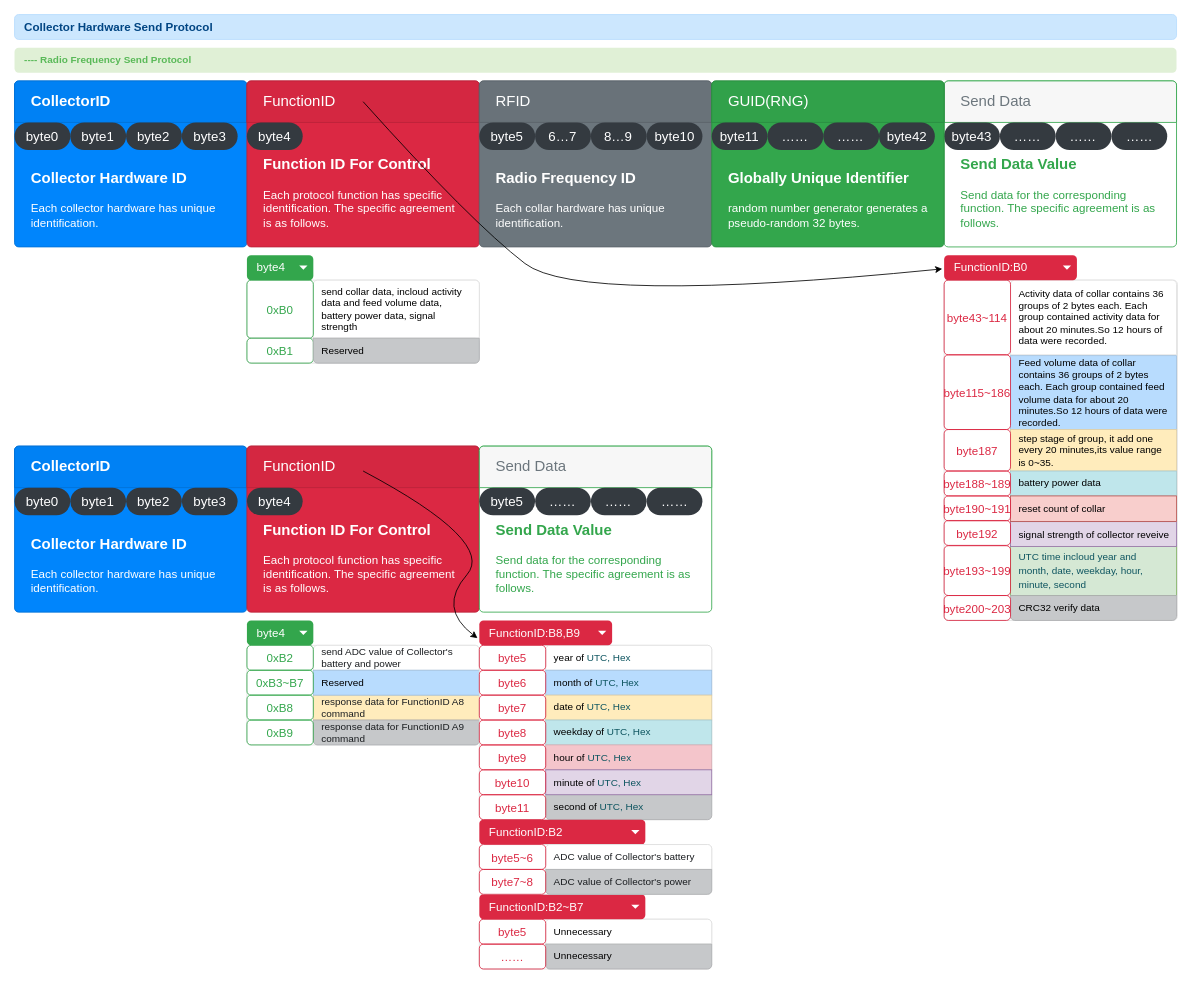
This is page "Collector Hardware Send Protocol" (2 of 5) of Doc/Hardware Protocol.drawio from phoenix9668/Collector, a draw.io file, before an edit. Source tidied: cells renumbered, new cells numbered last; positions are measured from the earlier drawing's top-left corner, leaving out a move shared by most shapes. Both pictures are drawn from the tidied source at 83%, with x=0, y=0 at pixel (14, 14).
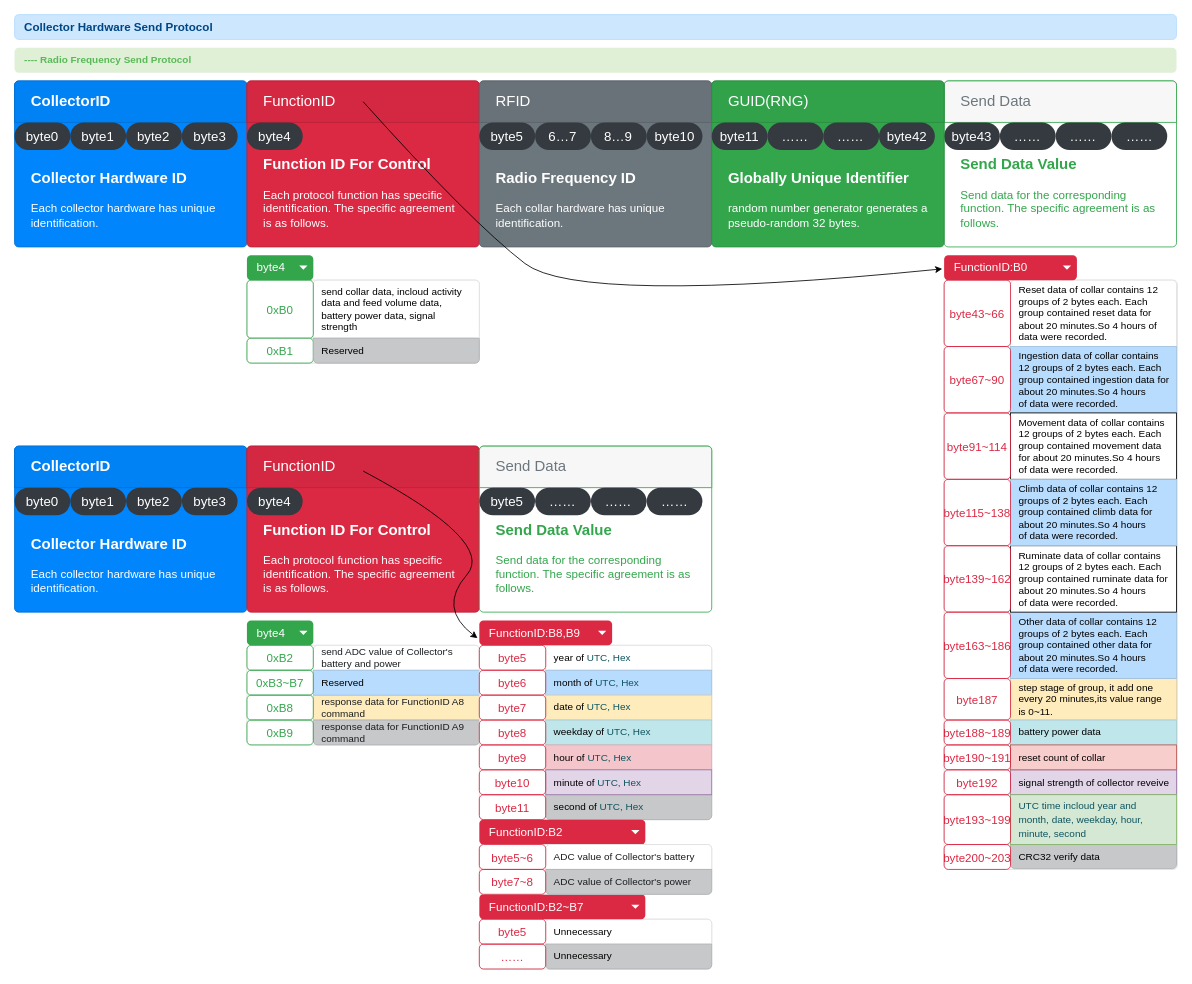
After the change.

What changed in the source:
```diff
@@
     <mxCell id="40" style="html=1;shadow=0;dashed=0;shape=mxgraph.bootstrap.rrect;rSize=5;strokeColor=#DFDFDF;html=1;whiteSpace=wrap;fillColor=#FFFFFF;fontColor=#000000;" parent="1" vertex="1">
-      <mxGeometry x="1120" y="320" width="281" height="410" as="geometry" />
+      <mxGeometry x="1120" y="320" width="281" height="710" as="geometry" />
     </mxCell>
-    <mxCell id="41" value="&lt;span style=&quot;color: rgb(14 , 85 , 96) ; font-size: 12px&quot;&gt;UTC time incloud year and month, date, weekday, hour, minute, second&lt;/span&gt;" style="html=1;fillColor=#d5e8d4;strokeColor=#82b366;shadow=0;dashed=0;perimeter=none;whiteSpace=wrap;align=left;spacing=10;fontSize=14;" parent="40" vertex="1">
-      <mxGeometry x="80" y="320" width="200" height="60" as="geometry" />
-    </mxCell>
-    <mxCell id="42" value="Activity data&amp;nbsp;of collar contains 36 groups of 2 bytes each.&amp;nbsp;Each group contained activity data for about 20 minutes.So 12 hours of&amp;nbsp; data were recorded." style="strokeColor=inherit;fillColor=inherit;gradientColor=inherit;fontColor=inherit;html=1;shadow=0;dashed=0;shape=mxgraph.bootstrap.topButton;rSize=5;perimeter=none;whiteSpace=wrap;align=left;spacing=10;" parent="40" vertex="1">
-      <mxGeometry width="200" height="90" relative="1" as="geometry">
+    <mxCell id="42" value="Reset data&amp;nbsp;of collar contains 12 groups of 2 bytes each.&amp;nbsp;Each group contained reset data for about 20 minutes.So 4 hours of&amp;nbsp; data were recorded." style="strokeColor=inherit;fillColor=inherit;gradientColor=inherit;fontColor=inherit;html=1;shadow=0;dashed=0;shape=mxgraph.bootstrap.topButton;rSize=5;perimeter=none;whiteSpace=wrap;align=left;spacing=10;" parent="40" vertex="1">
+      <mxGeometry width="200" height="80" relative="1" as="geometry">
         <mxPoint x="80" as="offset" />
       </mxGeometry>
     </mxCell>
-    <mxCell id="43" value="&lt;font color=&quot;#000000&quot;&gt;Feed volume&amp;nbsp;data&amp;nbsp;of collar contains 36 groups of 2 bytes each.&amp;nbsp;Each group contained&amp;nbsp;feed volume&amp;nbsp;data for about 20 minutes.So 12 hours of&amp;nbsp;data were recorded.&lt;/font&gt;" style="html=1;fillColor=#B8DCFE;strokeColor=#A1C0DE;fontColor=#004583;shadow=0;dashed=0;perimeter=none;whiteSpace=wrap;align=left;spacing=10;" parent="40" vertex="1">
-      <mxGeometry width="200" height="90" relative="1" as="geometry">
-        <mxPoint x="80" y="91" as="offset" />
+    <mxCell id="43" value="&lt;font color=&quot;#000000&quot;&gt;Ingestion data&amp;nbsp;of collar contains 12 groups of 2 bytes each.&amp;nbsp;Each group contained ingestion data for about 20 minutes.So 4 hours of&amp;nbsp;data were recorded.&lt;/font&gt;" style="html=1;fillColor=#B8DCFE;strokeColor=#A1C0DE;fontColor=#004583;shadow=0;dashed=0;perimeter=none;whiteSpace=wrap;align=left;spacing=10;" parent="40" vertex="1">
+      <mxGeometry width="200" height="80" relative="1" as="geometry">
+        <mxPoint x="80" y="80" as="offset" />
       </mxGeometry>
     </mxCell>
-    <mxCell id="44" value="&lt;font color=&quot;#000000&quot;&gt;step stage of group, it add one every 20 minutes,its value range is 0~35.&lt;/font&gt;" style="html=1;fillColor=#FFECBC;strokeColor=#DFCEA4;fontColor=#856110;shadow=0;dashed=0;perimeter=none;whiteSpace=wrap;align=left;spacing=10;" parent="40" vertex="1">
+    <mxCell id="44" value="&lt;font color=&quot;#000000&quot;&gt;step stage of group, it add one every 20 minutes,its value range is 0~11.&lt;/font&gt;" style="html=1;fillColor=#FFECBC;strokeColor=#DFCEA4;fontColor=#856110;shadow=0;dashed=0;perimeter=none;whiteSpace=wrap;align=left;spacing=10;" parent="40" vertex="1">
       <mxGeometry width="200" height="50" relative="1" as="geometry">
-        <mxPoint x="80" y="180" as="offset" />
+        <mxPoint x="80" y="480" as="offset" />
       </mxGeometry>
     </mxCell>
     <mxCell id="45" value="&lt;span style=&quot;color: rgb(0 , 0 , 0)&quot;&gt;battery power data&lt;/span&gt;" style="html=1;fillColor=#BFE6EB;strokeColor=#A7C9CE;fontColor=#0E5560;shadow=0;dashed=0;perimeter=none;whiteSpace=wrap;align=left;spacing=10;" parent="40" vertex="1">
       <mxGeometry width="200" height="30" relative="1" as="geometry">
-        <mxPoint x="80" y="230" as="offset" />
+        <mxPoint x="80" y="530" as="offset" />
       </mxGeometry>
     </mxCell>
     <mxCell id="46" value="&lt;span style=&quot;color: rgb(0 , 0 , 0)&quot;&gt;CRC32 verify data&lt;/span&gt;" style="html=1;shadow=0;dashed=0;shape=mxgraph.bootstrap.bottomButton;fillColor=#C6C8CA;strokeColor=#ADAFB1;fontColor=#1B1E21;rSize=5;perimeter=none;whiteSpace=wrap;align=left;spacing=10;" parent="40" vertex="1">
-      <mxGeometry y="1" width="200" height="30" relative="1" as="geometry">
+      <mxGeometry y="1" width="200" height="29" relative="1" as="geometry">
         <mxPoint x="80" y="-30" as="offset" />
       </mxGeometry>
     </mxCell>
+    <mxCell id="49" value="&lt;span style=&quot;color: rgb(0 , 0 , 0) ; font-size: 12px&quot;&gt;signal strength of collector reveive&lt;/span&gt;" style="html=1;fillColor=#e1d5e7;strokeColor=#9673a6;shadow=0;dashed=0;perimeter=none;whiteSpace=wrap;align=left;spacing=10;fontSize=14;" parent="40" vertex="1">
+      <mxGeometry width="200" height="30" relative="1" as="geometry">
+        <mxPoint x="80" y="590" as="offset" />
+      </mxGeometry>
+    </mxCell>
+    <mxCell id="117" value="&lt;font color=&quot;#000000&quot;&gt;Other data&amp;nbsp;of collar contains 12 groups of 2 bytes each.&amp;nbsp;Each group contained other data for about 20 minutes.So 4 hours of&amp;nbsp;data were recorded.&lt;/font&gt;" style="html=1;fillColor=#B8DCFE;strokeColor=#A1C0DE;fontColor=#004583;shadow=0;dashed=0;perimeter=none;whiteSpace=wrap;align=left;spacing=10;" parent="40" vertex="1">
+      <mxGeometry x="80" y="400" width="200" height="80" as="geometry" />
+    </mxCell>
+    <mxCell id="55" value="&lt;span style=&quot;color: rgb(0 , 0 , 0) ; font-size: 12px&quot;&gt;reset count of collar&lt;/span&gt;" style="html=1;fillColor=#f8cecc;strokeColor=#b85450;shadow=0;dashed=0;perimeter=none;whiteSpace=wrap;align=left;spacing=10;fontSize=14;" parent="40" vertex="1">
+      <mxGeometry x="80" y="560" width="200" height="30" as="geometry" />
+    </mxCell>
+    <mxCell id="118" value="&lt;font color=&quot;#000000&quot;&gt;Movement data&amp;nbsp;of collar contains 12 groups of 2 bytes each.&amp;nbsp;Each group contained movement data for about 20 minutes.So 4 hours of&amp;nbsp;data were recorded.&lt;/font&gt;" style="html=1;shadow=0;dashed=0;perimeter=none;whiteSpace=wrap;align=left;spacing=10;" parent="40" vertex="1">
+      <mxGeometry x="80" y="160" width="200" height="80" as="geometry" />
+    </mxCell>
+    <mxCell id="41" value="&lt;span style=&quot;color: rgb(14 , 85 , 96) ; font-size: 12px&quot;&gt;UTC time incloud year and month, date, weekday, hour, minute, second&lt;/span&gt;" style="html=1;fillColor=#d5e8d4;strokeColor=#82b366;shadow=0;dashed=0;perimeter=none;whiteSpace=wrap;align=left;spacing=10;fontSize=14;" parent="40" vertex="1">
+      <mxGeometry x="80" y="620" width="200" height="60" as="geometry" />
+    </mxCell>
+    <mxCell id="119" value="&lt;font color=&quot;#000000&quot;&gt;Ruminate data&amp;nbsp;of collar contains 12 groups of 2 bytes each.&amp;nbsp;Each group contained ruminate data for about 20 minutes.So 4 hours of&amp;nbsp;data were recorded.&lt;/font&gt;" style="html=1;shadow=0;dashed=0;perimeter=none;whiteSpace=wrap;align=left;spacing=10;" parent="40" vertex="1">
+      <mxGeometry x="80" y="320" width="200" height="80" as="geometry" />
+    </mxCell>
+    <mxCell id="120" value="&lt;font color=&quot;#000000&quot;&gt;Climb data&amp;nbsp;of collar contains 12 groups of 2 bytes each.&amp;nbsp;Each group contained climb data for about 20 minutes.So 4 hours of&amp;nbsp;data were recorded.&lt;/font&gt;" style="html=1;fillColor=#B8DCFE;strokeColor=#A1C0DE;fontColor=#004583;shadow=0;dashed=0;perimeter=none;whiteSpace=wrap;align=left;spacing=10;" parent="40" vertex="1">
+      <mxGeometry x="80" y="240" width="200" height="80" as="geometry" />
+    </mxCell>
-    <mxCell id="47" value="&lt;font style=&quot;font-size: 14px&quot; color=&quot;#db2843&quot;&gt;byte43~114&lt;/font&gt;" style="html=1;shadow=0;dashed=0;shape=mxgraph.bootstrap.rrect;rSize=5;strokeColor=#DB2843;strokeWidth=1;fillColor=none;fontColor=#33A64C;whiteSpace=wrap;align=center;verticalAlign=middle;spacingLeft=0;fontStyle=0;fontSize=16;spacing=5;" parent="40" vertex="1">
-      <mxGeometry width="80" height="90" as="geometry" />
+    <mxCell id="47" value="&lt;font style=&quot;font-size: 14px&quot; color=&quot;#db2843&quot;&gt;byte43~66&lt;/font&gt;" style="html=1;shadow=0;dashed=0;shape=mxgraph.bootstrap.rrect;rSize=5;strokeColor=#DB2843;strokeWidth=1;fillColor=none;fontColor=#33A64C;whiteSpace=wrap;align=center;verticalAlign=middle;spacingLeft=0;fontStyle=0;fontSize=16;spacing=5;" parent="40" vertex="1">
+      <mxGeometry width="80" height="80" as="geometry" />
     </mxCell>
     <mxCell id="48" value="&lt;span style=&quot;color: rgb(219 , 40 , 67) ; font-size: 14px&quot;&gt;byte187&lt;/span&gt;" style="html=1;shadow=0;dashed=0;shape=mxgraph.bootstrap.rrect;rSize=5;strokeColor=#DB2843;strokeWidth=1;fillColor=none;fontColor=#33A64C;whiteSpace=wrap;align=center;verticalAlign=middle;spacingLeft=0;fontStyle=0;fontSize=16;spacing=5;" parent="40" vertex="1">
-      <mxGeometry y="180" width="80" height="50" as="geometry" />
+      <mxGeometry y="480" width="80" height="50" as="geometry" />
     </mxCell>
-    <mxCell id="49" value="&lt;span style=&quot;color: rgb(0 , 0 , 0) ; font-size: 12px&quot;&gt;signal strength of collector reveive&lt;/span&gt;" style="html=1;fillColor=#e1d5e7;strokeColor=#9673a6;shadow=0;dashed=0;perimeter=none;whiteSpace=wrap;align=left;spacing=10;fontSize=14;" parent="40" vertex="1">
-      <mxGeometry width="200" height="30" relative="1" as="geometry">
-        <mxPoint x="80" y="291" as="offset" />
-      </mxGeometry>
-    </mxCell>
     <mxCell id="50" value="&lt;span style=&quot;color: rgb(219 , 40 , 67) ; font-size: 14px&quot;&gt;byte188~189&lt;/span&gt;" style="html=1;shadow=0;dashed=0;shape=mxgraph.bootstrap.rrect;rSize=5;strokeColor=#DB2843;strokeWidth=1;fillColor=none;fontColor=#33A64C;whiteSpace=wrap;align=center;verticalAlign=middle;spacingLeft=0;fontStyle=0;fontSize=16;spacing=5;" parent="40" vertex="1">
-      <mxGeometry y="230" width="80" height="30" as="geometry" />
+      <mxGeometry y="530" width="80" height="30" as="geometry" />
     </mxCell>
     <mxCell id="51" value="&lt;span style=&quot;color: rgb(219 , 40 , 67) ; font-size: 14px&quot;&gt;byte193~199&lt;/span&gt;" style="html=1;shadow=0;dashed=0;shape=mxgraph.bootstrap.rrect;rSize=5;strokeColor=#DB2843;strokeWidth=1;fillColor=none;fontColor=#33A64C;whiteSpace=wrap;align=center;verticalAlign=middle;spacingLeft=0;fontStyle=0;fontSize=16;spacing=5;" parent="40" vertex="1">
-      <mxGeometry y="320" width="80" height="60" as="geometry" />
+      <mxGeometry y="620" width="80" height="60" as="geometry" />
     </mxCell>
     <mxCell id="52" value="&lt;span style=&quot;color: rgb(219 , 40 , 67) ; font-size: 14px&quot;&gt;byte200~203&lt;/span&gt;" style="html=1;shadow=0;dashed=0;shape=mxgraph.bootstrap.rrect;rSize=5;strokeColor=#DB2843;strokeWidth=1;fillColor=none;fontColor=#33A64C;whiteSpace=wrap;align=center;verticalAlign=middle;spacingLeft=0;fontStyle=0;fontSize=16;spacing=5;" parent="40" vertex="1">
-      <mxGeometry y="380" width="80" height="30" as="geometry" />
+      <mxGeometry y="680" width="80" height="30" as="geometry" />
     </mxCell>
-    <mxCell id="53" value="&lt;font style=&quot;font-size: 14px&quot; color=&quot;#db2843&quot;&gt;byte115~186&lt;/font&gt;" style="html=1;shadow=0;dashed=0;shape=mxgraph.bootstrap.rrect;rSize=5;strokeColor=#DB2843;strokeWidth=1;fillColor=none;fontColor=#33A64C;whiteSpace=wrap;align=center;verticalAlign=middle;spacingLeft=0;fontStyle=0;fontSize=16;spacing=5;" parent="40" vertex="1">
-      <mxGeometry y="90" width="80" height="90" as="geometry" />
+    <mxCell id="53" value="&lt;font style=&quot;font-size: 14px&quot; color=&quot;#db2843&quot;&gt;byte67~90&lt;/font&gt;" style="html=1;shadow=0;dashed=0;shape=mxgraph.bootstrap.rrect;rSize=5;strokeColor=#DB2843;strokeWidth=1;fillColor=none;fontColor=#33A64C;whiteSpace=wrap;align=center;verticalAlign=middle;spacingLeft=0;fontStyle=0;fontSize=16;spacing=5;" parent="40" vertex="1">
+      <mxGeometry y="80" width="80" height="80" as="geometry" />
     </mxCell>
     <mxCell id="54" value="&lt;span style=&quot;color: rgb(219 , 40 , 67) ; font-size: 14px&quot;&gt;byte192&lt;/span&gt;" style="html=1;shadow=0;dashed=0;shape=mxgraph.bootstrap.rrect;rSize=5;strokeColor=#DB2843;strokeWidth=1;fillColor=none;fontColor=#33A64C;whiteSpace=wrap;align=center;verticalAlign=middle;spacingLeft=0;fontStyle=0;fontSize=16;spacing=5;" parent="40" vertex="1">
-      <mxGeometry y="289.6" width="80" height="30" as="geometry" />
+      <mxGeometry y="590" width="80" height="30" as="geometry" />
     </mxCell>
-    <mxCell id="55" value="&lt;span style=&quot;color: rgb(0 , 0 , 0) ; font-size: 12px&quot;&gt;reset count of collar&lt;/span&gt;" style="html=1;fillColor=#f8cecc;strokeColor=#b85450;shadow=0;dashed=0;perimeter=none;whiteSpace=wrap;align=left;spacing=10;fontSize=14;" parent="40" vertex="1">
-      <mxGeometry x="80" y="260" width="200" height="30.7" as="geometry" />
-    </mxCell>
     <mxCell id="56" value="&lt;span style=&quot;color: rgb(219 , 40 , 67) ; font-size: 14px&quot;&gt;byte190~191&lt;br&gt;&lt;/span&gt;" style="html=1;shadow=0;dashed=0;shape=mxgraph.bootstrap.rrect;rSize=5;strokeColor=#DB2843;strokeWidth=1;fillColor=none;fontColor=#33A64C;whiteSpace=wrap;align=center;verticalAlign=middle;spacingLeft=0;fontStyle=0;fontSize=16;spacing=5;" parent="40" vertex="1">
-      <mxGeometry y="260" width="80" height="30" as="geometry" />
+      <mxGeometry y="560" width="80" height="30" as="geometry" />
     </mxCell>
+    <mxCell id="121" value="&lt;font style=&quot;font-size: 14px&quot; color=&quot;#db2843&quot;&gt;byte91~114&lt;/font&gt;" style="html=1;shadow=0;dashed=0;shape=mxgraph.bootstrap.rrect;rSize=5;strokeColor=#DB2843;strokeWidth=1;fillColor=none;fontColor=#33A64C;whiteSpace=wrap;align=center;verticalAlign=middle;spacingLeft=0;fontStyle=0;fontSize=16;spacing=5;" parent="40" vertex="1">
+      <mxGeometry y="160" width="80" height="80" as="geometry" />
+    </mxCell>
+    <mxCell id="122" value="&lt;font style=&quot;font-size: 14px&quot; color=&quot;#db2843&quot;&gt;byte139~162&lt;/font&gt;" style="html=1;shadow=0;dashed=0;shape=mxgraph.bootstrap.rrect;rSize=5;strokeColor=#DB2843;strokeWidth=1;fillColor=none;fontColor=#33A64C;whiteSpace=wrap;align=center;verticalAlign=middle;spacingLeft=0;fontStyle=0;fontSize=16;spacing=5;" parent="40" vertex="1">
+      <mxGeometry y="320" width="80" height="80" as="geometry" />
+    </mxCell>
+    <mxCell id="123" value="&lt;font style=&quot;font-size: 14px&quot; color=&quot;#db2843&quot;&gt;byte163~186&lt;/font&gt;" style="html=1;shadow=0;dashed=0;shape=mxgraph.bootstrap.rrect;rSize=5;strokeColor=#DB2843;strokeWidth=1;fillColor=none;fontColor=#33A64C;whiteSpace=wrap;align=center;verticalAlign=middle;spacingLeft=0;fontStyle=0;fontSize=16;spacing=5;" parent="40" vertex="1">
+      <mxGeometry y="400" width="80" height="80" as="geometry" />
+    </mxCell>
+    <mxCell id="124" value="&lt;font style=&quot;font-size: 14px&quot; color=&quot;#db2843&quot;&gt;byte115~138&lt;/font&gt;" style="html=1;shadow=0;dashed=0;shape=mxgraph.bootstrap.rrect;rSize=5;strokeColor=#DB2843;strokeWidth=1;fillColor=none;fontColor=#33A64C;whiteSpace=wrap;align=center;verticalAlign=middle;spacingLeft=0;fontStyle=0;fontSize=16;spacing=5;" parent="40" vertex="1">
+      <mxGeometry y="240" width="80" height="80" as="geometry" />
+    </mxCell>
```
